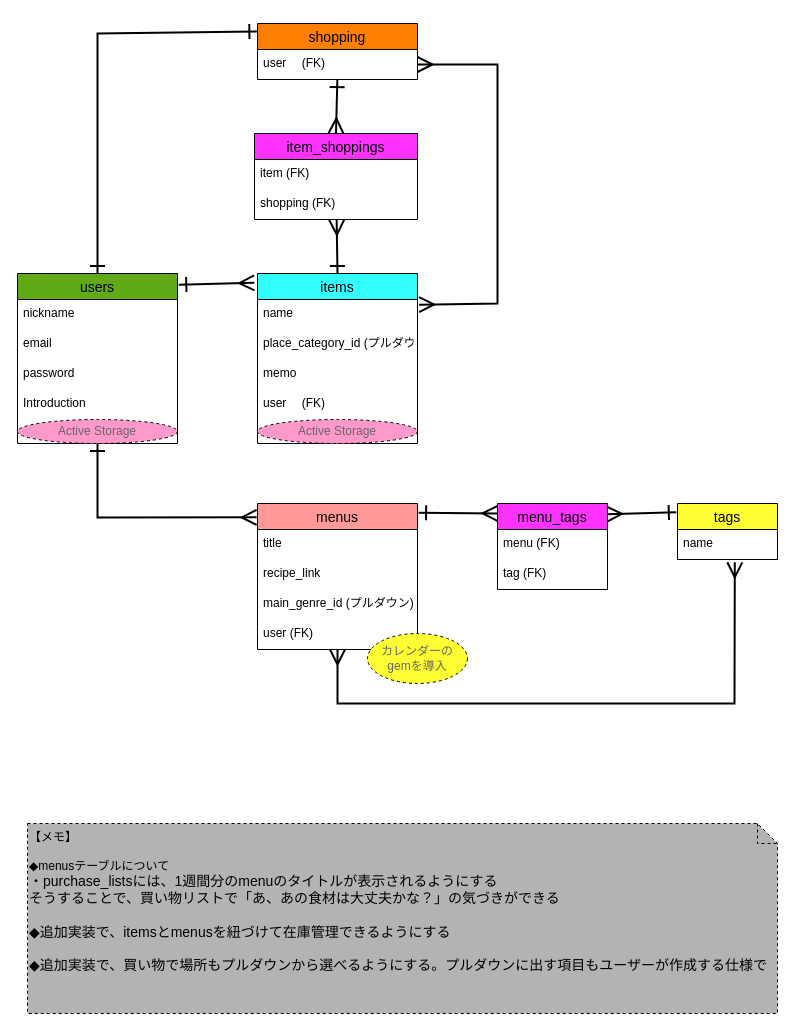
The draw.io diagram page "案1" (1 of 2) of ER.dio in miyazato1872/shopping_memo, before the edit. Source tidied: cells renumbered, new cells numbered last; positions are measured from the earlier drawing's top-left corner, leaving out a move shared by most shapes. Both pictures are drawn from the tidied source at 100%, with x=0, y=0 at pixel (17, 23).
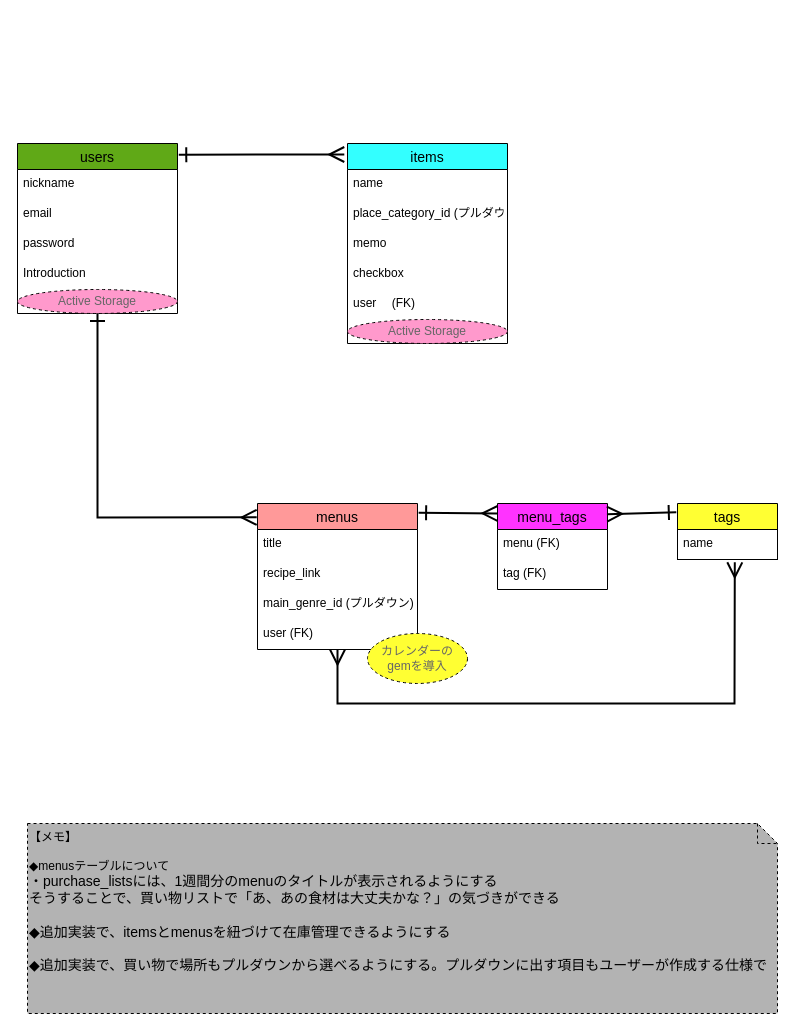
After the change.

Unchanged cells that the change refers to:
```xml
<mxCell id="9" value="name" style="text;strokeColor=none;fillColor=none;spacingLeft=4;spacingRight=4;overflow=hidden;points=[[0,0.5],[1,0.5]];portConstraint=eastwest;fontSize=12;" parent="8" vertex="1">
  <mxGeometry y="26" width="160" height="30" as="geometry" />
</mxCell>
```

Diff of the diagram source:
```diff
@@
     <mxCell id="2" value="users" style="swimlane;fontStyle=0;horizontal=1;startSize=26;align=center;fontSize=14;rounded=0;swimlaneLine=1;glass=0;shadow=0;fillColor=#60A917;fontColor=#000000;" parent="1" vertex="1">
-      <mxGeometry y="250" width="160" height="170" as="geometry" />
+      <mxGeometry y="120" width="160" height="170" as="geometry" />
     </mxCell>
@@
     <mxCell id="8" value="items" style="swimlane;fontStyle=0;horizontal=1;startSize=26;align=center;fontSize=14;rounded=0;swimlaneLine=1;glass=0;shadow=0;fillColor=#33FFFF;fontColor=#000000;" parent="1" vertex="1">
-      <mxGeometry x="240" y="250" width="160" height="170" as="geometry" />
+      <mxGeometry x="330" y="120" width="160" height="200" as="geometry" />
     </mxCell>
@@
+    <mxCell id="39" value="checkbox" style="text;strokeColor=none;fillColor=none;spacingLeft=4;spacingRight=4;overflow=hidden;fontSize=12;" parent="8" vertex="1">
+      <mxGeometry y="116" width="160" height="30" as="geometry" />
+    </mxCell>
     <mxCell id="12" value="user 　(FK)" style="text;strokeColor=none;fillColor=none;spacingLeft=4;spacingRight=4;overflow=hidden;fontSize=12;" parent="8" vertex="1">
-      <mxGeometry y="116" width="160" height="30" as="geometry" />
+      <mxGeometry y="146" width="160" height="30" as="geometry" />
     </mxCell>
     <mxCell id="13" value="Active Storage" style="ellipse;whiteSpace=wrap;html=1;align=center;rounded=0;shadow=0;glass=0;dashed=1;sketch=0;strokeColor=#000000;strokeWidth=1;fontColor=#666666;fillColor=#FF99CC;gradientColor=none;" parent="8" vertex="1">
-      <mxGeometry y="146" width="160" height="24" as="geometry" />
+      <mxGeometry y="176" width="160" height="24" as="geometry" />
     </mxCell>
-    <mxCell id="14" value="shopping" style="swimlane;fontStyle=0;horizontal=1;startSize=26;align=center;fontSize=14;rounded=0;swimlaneLine=1;glass=0;shadow=0;fillColor=#FF8000;fontColor=#000000;" parent="1" vertex="1">
-      <mxGeometry x="240" width="160" height="56" as="geometry" />
-    </mxCell>
-    <mxCell id="15" value="user 　(FK)" style="text;strokeColor=none;fillColor=none;spacingLeft=4;spacingRight=4;overflow=hidden;points=[[0,0.5],[1,0.5]];portConstraint=eastwest;fontSize=12;" parent="14" vertex="1">
-      <mxGeometry y="26" width="160" height="30" as="geometry" />
-    </mxCell>
@@
-    <mxCell id="17" style="endArrow=ERmany;html=1;rounded=0;strokeWidth=2;fontColor=#F0F0F0;startSize=12;endSize=12;sourcePerimeterSpacing=0;endFill=0;startArrow=ERone;startFill=0;exitX=0.499;exitY=1.006;exitDx=0;exitDy=0;exitPerimeter=0;entryX=0.5;entryY=0;entryDx=0;entryDy=0;" parent="1" edge="1" source="15" target="35">
-      <mxGeometry relative="1" as="geometry" />
-    </mxCell>
@@
-    <mxCell id="33" style="endArrow=ERone;html=1;rounded=0;strokeWidth=2;fontColor=#F0F0F0;startSize=12;endSize=12;sourcePerimeterSpacing=0;endFill=0;startArrow=ERone;startFill=0;entryX=0.5;entryY=0;entryDx=0;entryDy=0;exitX=-0.004;exitY=0.143;exitDx=0;exitDy=0;exitPerimeter=0;" parent="1" edge="1" source="14" target="2">
-      <mxGeometry relative="1" as="geometry">
-        <Array as="points">
-          <mxPoint x="80" y="10" />
-        </Array>
-      </mxGeometry>
-    </mxCell>
@@
-    <mxCell id="35" value="item_shoppings" style="swimlane;fontStyle=0;horizontal=1;startSize=26;align=center;fontSize=14;rounded=0;swimlaneLine=1;glass=0;shadow=0;fillColor=#FF33FF;fontColor=#000000;" parent="1" vertex="1">
-      <mxGeometry x="237" y="110" width="163" height="86" as="geometry" />
-    </mxCell>
-    <mxCell id="36" value="item (FK)" style="text;strokeColor=none;fillColor=none;spacingLeft=4;spacingRight=4;overflow=hidden;fontSize=12;" parent="35" vertex="1">
-      <mxGeometry y="26" width="163" height="30" as="geometry" />
-    </mxCell>
-    <mxCell id="37" value="shopping (FK)" style="text;strokeColor=none;fillColor=none;spacingLeft=4;spacingRight=4;overflow=hidden;points=[[0,0.5],[1,0.5]];portConstraint=eastwest;fontSize=12;" parent="35" vertex="1">
-      <mxGeometry y="56" width="163" height="30" as="geometry" />
-    </mxCell>
-    <mxCell id="38" style="endArrow=ERmany;html=1;rounded=0;strokeWidth=2;fontColor=#F0F0F0;startSize=12;endSize=12;sourcePerimeterSpacing=0;endFill=0;startArrow=ERone;startFill=0;exitX=0.5;exitY=0;exitDx=0;exitDy=0;entryX=0.504;entryY=1.011;entryDx=0;entryDy=0;entryPerimeter=0;" parent="1" edge="1" source="8" target="37">
-      <mxGeometry relative="1" as="geometry" />
-    </mxCell>
-    <mxCell id="39" style="endArrow=ERmany;html=1;rounded=0;strokeWidth=2;fontColor=#F0F0F0;startSize=12;endSize=12;sourcePerimeterSpacing=0;endFill=0;startArrow=ERmany;startFill=0;exitX=1;exitY=0.5;exitDx=0;exitDy=0;entryX=1.01;entryY=0.172;entryDx=0;entryDy=0;entryPerimeter=0;" parent="1" edge="1" source="15" target="9">
-      <mxGeometry relative="1" as="geometry">
-        <Array as="points">
-          <mxPoint x="480" y="41" />
-          <mxPoint x="480" y="280" />
-        </Array>
-      </mxGeometry>
-    </mxCell>
```
